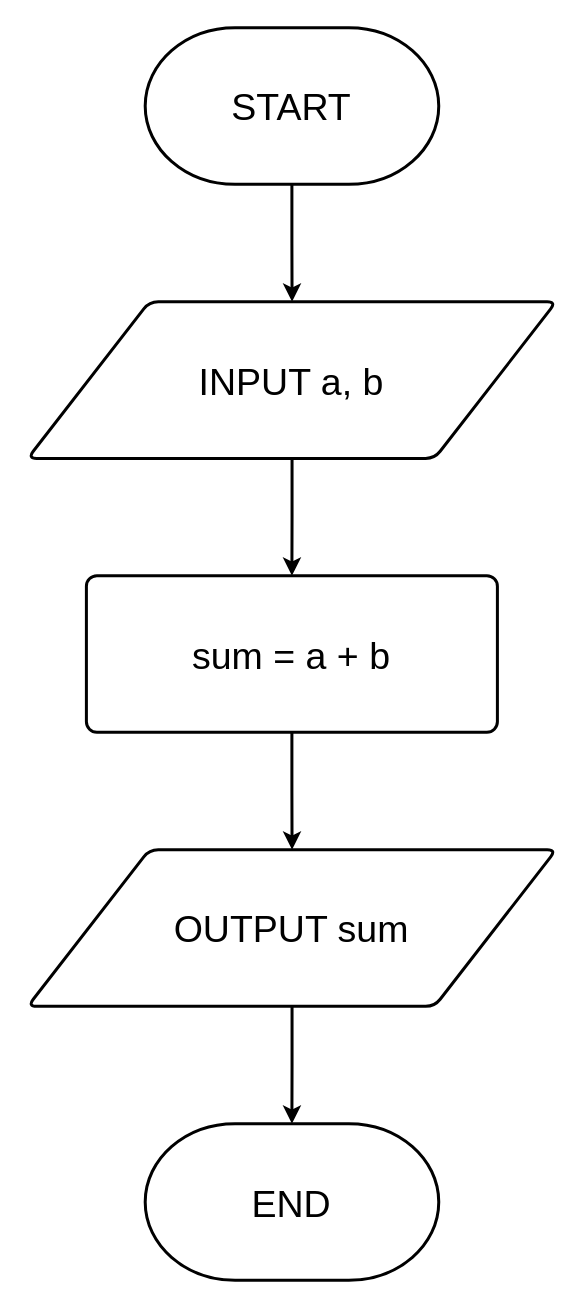
The draw.io diagram sad1pseu.drawio in ashenm/blob, before the edit. Source tidied: cells renumbered, new cells numbered last; positions are measured from the earlier drawing's top-left corner, leaving out a move shared by most shapes. Both pictures are drawn from the tidied source at 150%, with x=0, y=0 at pixel (27, 27).
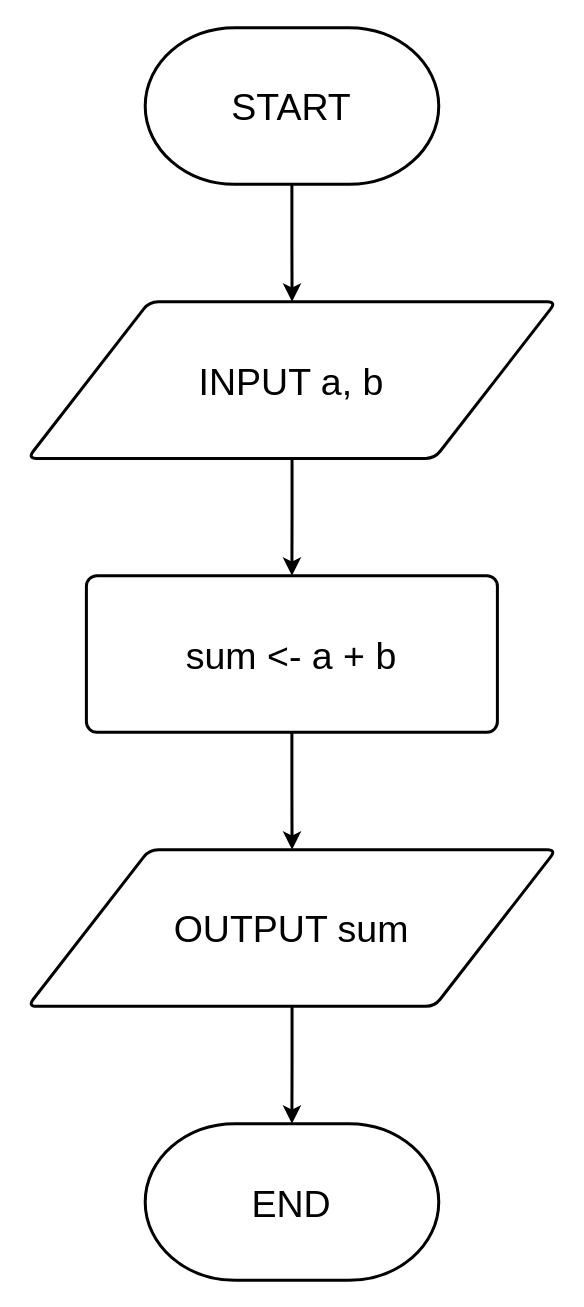
The same page after the edit.

The edit, as a diff of the source:
```diff
@@
 <mxGraphModel>
   <root>
     <mxCell id="0" />
     <mxCell id="1" parent="0" />
     <mxCell id="2" style="group;" parent="1" vertex="1">
       <mxGeometry width="352.3" height="835" as="geometry" />
     </mxCell>
     <mxCell id="3" value="&lt;font style=&quot;font-size: 25px&quot;&gt;START&lt;/font&gt;" style="strokeWidth=2;html=1;shape=mxgraph.flowchart.terminator;whiteSpace=wrap;" parent="2" vertex="1">
       <mxGeometry x="78.3" width="195.7" height="104.4" as="geometry" />
     </mxCell>
     <mxCell id="4" value="&lt;font style=&quot;font-size: 25px&quot;&gt;INPUT a, b&lt;/font&gt;" style="shape=parallelogram;html=1;strokeWidth=2;perimeter=parallelogramPerimeter;whiteSpace=wrap;rounded=1;arcSize=12;size=0.23;" parent="2" vertex="1">
       <mxGeometry y="182.7" width="352.3" height="104.4" as="geometry" />
     </mxCell>
     <mxCell id="5" style="edgeStyle=orthogonalEdgeStyle;rounded=0;jettySize=auto;html=1;strokeWidth=2;" parent="2" edge="1" source="3" target="4">
       <mxGeometry relative="1" as="geometry" />
     </mxCell>
-    <mxCell id="6" value="&lt;font style=&quot;font-size: 25px&quot;&gt;sum = a + b&lt;/font&gt;" style="rounded=1;whiteSpace=wrap;html=1;absoluteArcSize=1;arcSize=14;strokeWidth=2;" parent="2" vertex="1">
+    <mxCell id="6" value="&lt;font style=&quot;font-size: 25px&quot;&gt;sum &amp;lt;- a + b&lt;/font&gt;" style="rounded=1;whiteSpace=wrap;html=1;absoluteArcSize=1;arcSize=14;strokeWidth=2;" parent="2" vertex="1">
       <mxGeometry x="39.1" y="365.3" width="274" height="104.4" as="geometry" />
     </mxCell>
     <mxCell id="7" style="edgeStyle=orthogonalEdgeStyle;rounded=0;jettySize=auto;html=1;strokeWidth=2;" parent="2" edge="1" source="4" target="6">
       <mxGeometry relative="1" as="geometry" />
     </mxCell>
     <mxCell id="8" value="&lt;font style=&quot;font-size: 25px&quot;&gt;OUTPUT sum&lt;/font&gt;" style="shape=parallelogram;html=1;strokeWidth=2;perimeter=parallelogramPerimeter;whiteSpace=wrap;rounded=1;arcSize=12;size=0.23;" parent="2" vertex="1">
       <mxGeometry y="548" width="352.3" height="104.4" as="geometry" />
     </mxCell>
     <mxCell id="9" style="edgeStyle=orthogonalEdgeStyle;rounded=0;jettySize=auto;html=1;strokeWidth=2;" parent="2" edge="1" source="6" target="8">
       <mxGeometry relative="1" as="geometry" />
     </mxCell>
     <mxCell id="10" value="&lt;font style=&quot;font-size: 25px&quot;&gt;END&lt;/font&gt;" style="strokeWidth=2;html=1;shape=mxgraph.flowchart.terminator;whiteSpace=wrap;" parent="2" vertex="1">
       <mxGeometry x="78.3" y="730.6" width="195.7" height="104.4" as="geometry" />
     </mxCell>
     <mxCell id="11" style="edgeStyle=orthogonalEdgeStyle;rounded=0;jettySize=auto;html=1;strokeWidth=2;" parent="2" edge="1" source="8" target="10">
       <mxGeometry relative="1" as="geometry" />
     </mxCell>
   </root>
 </mxGraphModel>
```
